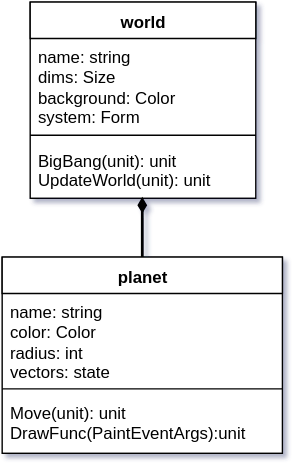
The draw.io diagram 11g/UML.svg in tempelkoderne/pop, before a commit. Source tidied: cells renumbered, new cells last; positions are measured from the earlier drawing's top-left corner, leaving out a move shared by most shapes. Its diagram source:
```xml
<mxGraphModel background="#ffffff">
  <root>
    <mxCell id="0" />
    <mxCell id="1" parent="0" />
    <mxCell id="2" value="world" style="swimlane;html=1;fontStyle=1;align=center;verticalAlign=top;horizontal=1;startSize=26;swimlaneFillColor=#ffffff;" parent="1" vertex="1">
      <mxGeometry x="20" width="161" height="140" as="geometry" />
    </mxCell>
    <mxCell id="3" value="name: string&lt;div&gt;dims: Size&lt;/div&gt;&lt;div&gt;background: Color&lt;/div&gt;&lt;div&gt;system: Form&lt;/div&gt;" style="text;html=1;strokeColor=none;fillColor=none;align=left;verticalAlign=top;spacingLeft=4;spacingRight=4;whiteSpace=wrap;overflow=hidden;" parent="2" vertex="1">
      <mxGeometry y="26" width="161" height="64" as="geometry" />
    </mxCell>
    <mxCell id="4" style="line;html=1;strokeWidth=1;fillColor=none;align=left;verticalAlign=middle;spacingTop=-1;spacingLeft=3;spacingRight=3;labelPosition=right;" parent="2" vertex="1">
      <mxGeometry y="90" width="161" height="10" as="geometry" />
    </mxCell>
    <mxCell id="5" value="BigBang(unit): unit&lt;div&gt;UpdateWorld(unit): unit&lt;/div&gt;" style="text;html=1;strokeColor=none;fillColor=none;align=left;verticalAlign=top;spacingLeft=4;spacingRight=4;whiteSpace=wrap;overflow=hidden;" parent="2" vertex="1">
      <mxGeometry y="100" width="161" height="40" as="geometry" />
    </mxCell>
    <mxCell id="6" value="name: string&lt;div&gt;dims: Size&lt;/div&gt;&lt;div&gt;background: Color&lt;/div&gt;&lt;div&gt;system: Form&lt;/div&gt;" style="text;html=1;strokeColor=none;fillColor=none;align=left;verticalAlign=top;spacingLeft=4;spacingRight=4;whiteSpace=wrap;overflow=hidden;" parent="1" vertex="1">
      <mxGeometry x="20" y="26" width="161" height="64" as="geometry" />
    </mxCell>
    <mxCell id="7" style="line;html=1;strokeWidth=1;fillColor=none;align=left;verticalAlign=middle;spacingTop=-1;spacingLeft=3;spacingRight=3;labelPosition=right;" parent="1" vertex="1">
      <mxGeometry x="20" y="90" width="161" height="10" as="geometry" />
    </mxCell>
    <mxCell id="8" value="BigBang(unit): unit&lt;div&gt;UpdateWorld(unit): unit&lt;/div&gt;" style="text;html=1;strokeColor=none;fillColor=none;align=left;verticalAlign=top;spacingLeft=4;spacingRight=4;whiteSpace=wrap;overflow=hidden;points=[[0,0.5],[1,0.5]];portConstraint=eastwest;" parent="1" vertex="1">
      <mxGeometry x="20" y="100" width="161" height="40" as="geometry" />
    </mxCell>
    <mxCell id="9" style="edgeStyle=orthogonalEdgeStyle;rounded=0;html=1;exitX=0.5;exitY=0;entryX=0.497;entryY=0.975;entryPerimeter=0;endArrow=diamondThin;endFill=1;jettySize=auto;strokeWidth=2;" parent="1" edge="1" source="10" target="8">
      <mxGeometry x="140" y="-976" as="geometry" />
    </mxCell>
    <mxCell id="10" value="planet" style="swimlane;html=1;fontStyle=1;align=center;verticalAlign=top;horizontal=1;startSize=26;swimlaneFillColor=#ffffff;" parent="1" vertex="1">
      <mxGeometry y="182" width="200" height="140" as="geometry" />
    </mxCell>
    <mxCell id="11" value="name: string&lt;div&gt;color: Color&lt;/div&gt;&lt;div&gt;radius: int&lt;/div&gt;&lt;div&gt;vectors: state&lt;/div&gt;" style="text;html=1;strokeColor=none;fillColor=none;align=left;verticalAlign=top;spacingLeft=4;spacingRight=4;whiteSpace=wrap;overflow=hidden;" parent="10" vertex="1">
      <mxGeometry y="26" width="200" height="64" as="geometry" />
    </mxCell>
    <mxCell id="12" style="line;html=1;strokeWidth=1;fillColor=none;align=left;verticalAlign=middle;spacingTop=-1;spacingLeft=3;spacingRight=3;labelPosition=right;" parent="10" vertex="1">
      <mxGeometry y="90" width="200" height="8" as="geometry" />
    </mxCell>
    <mxCell id="13" value="Move(unit): unit&lt;div&gt;DrawFunc(PaintEventArgs):unit&lt;/div&gt;" style="text;html=1;strokeColor=none;fillColor=none;align=left;verticalAlign=top;spacingLeft=4;spacingRight=4;whiteSpace=wrap;overflow=hidden;" parent="10" vertex="1">
      <mxGeometry y="98" width="200" height="42" as="geometry" />
    </mxCell>
    <mxCell id="14" value="name: string&lt;div&gt;color: Color&lt;/div&gt;&lt;div&gt;radius: int&lt;/div&gt;&lt;div&gt;vectors: state&lt;/div&gt;" style="text;html=1;strokeColor=none;fillColor=none;align=left;verticalAlign=top;spacingLeft=4;spacingRight=4;whiteSpace=wrap;overflow=hidden;" parent="1" vertex="1">
      <mxGeometry y="208" width="200" height="64" as="geometry" />
    </mxCell>
    <mxCell id="15" style="line;html=1;strokeWidth=1;fillColor=none;align=left;verticalAlign=middle;spacingTop=-1;spacingLeft=3;spacingRight=3;labelPosition=right;" parent="1" vertex="1">
      <mxGeometry y="272" width="200" height="8" as="geometry" />
    </mxCell>
    <mxCell id="16" value="Move(unit): unit&lt;div&gt;DrawFunc(PaintEventArgs):unit&lt;/div&gt;" style="text;html=1;strokeColor=none;fillColor=none;align=left;verticalAlign=top;spacingLeft=4;spacingRight=4;whiteSpace=wrap;overflow=hidden;" parent="1" vertex="1">
      <mxGeometry y="280" width="200" height="42" as="geometry" />
    </mxCell>
  </root>
</mxGraphModel>
```
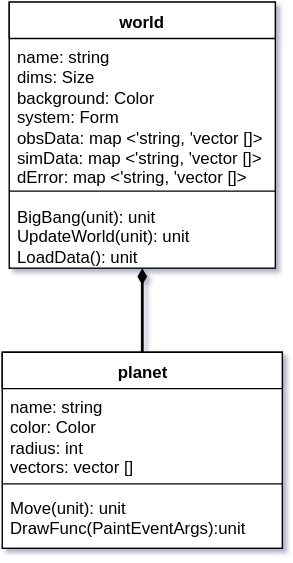
Later version of the same file.

Commit message:
updated UML + gui trash

Diff of the diagram source:
```diff
@@ -3,33 +3,33 @@
     <mxCell id="0" />
     <mxCell id="1" parent="0" />
     <mxCell id="2" value="world" style="swimlane;html=1;fontStyle=1;align=center;verticalAlign=top;horizontal=1;startSize=26;swimlaneFillColor=#ffffff;" parent="1" vertex="1">
-      <mxGeometry x="20" width="161" height="140" as="geometry" />
+      <mxGeometry x="-835" y="-27" width="190" height="190" as="geometry" />
     </mxCell>
-    <mxCell id="3" value="name: string&lt;div&gt;dims: Size&lt;/div&gt;&lt;div&gt;background: Color&lt;/div&gt;&lt;div&gt;system: Form&lt;/div&gt;" style="text;html=1;strokeColor=none;fillColor=none;align=left;verticalAlign=top;spacingLeft=4;spacingRight=4;whiteSpace=wrap;overflow=hidden;" parent="2" vertex="1">
-      <mxGeometry y="26" width="161" height="64" as="geometry" />
+    <mxCell id="3" value="name: string&lt;div&gt;dims: Size&lt;/div&gt;&lt;div&gt;background: Color&lt;/div&gt;&lt;div&gt;system: Form&lt;/div&gt;&lt;div&gt;obsData: map &amp;lt;'string, 'vector []&amp;gt;&lt;/div&gt;&lt;div&gt;simData: map &amp;lt;'string, 'vector []&amp;gt;&lt;/div&gt;&lt;div&gt;dError: map &amp;lt;'string, 'vector []&amp;gt;&lt;/div&gt;" style="text;html=1;strokeColor=none;fillColor=none;align=left;verticalAlign=top;spacingLeft=4;spacingRight=4;whiteSpace=wrap;overflow=hidden;" parent="2" vertex="1">
+      <mxGeometry y="26" width="190" height="104" as="geometry" />
     </mxCell>
     <mxCell id="4" style="line;html=1;strokeWidth=1;fillColor=none;align=left;verticalAlign=middle;spacingTop=-1;spacingLeft=3;spacingRight=3;labelPosition=right;" parent="2" vertex="1">
-      <mxGeometry y="90" width="161" height="10" as="geometry" />
+      <mxGeometry y="130" width="190" height="10" as="geometry" />
     </mxCell>
-    <mxCell id="5" value="BigBang(unit): unit&lt;div&gt;UpdateWorld(unit): unit&lt;/div&gt;" style="text;html=1;strokeColor=none;fillColor=none;align=left;verticalAlign=top;spacingLeft=4;spacingRight=4;whiteSpace=wrap;overflow=hidden;" parent="2" vertex="1">
-      <mxGeometry y="100" width="161" height="40" as="geometry" />
+    <mxCell id="5" value="BigBang(unit): unit&lt;div&gt;UpdateWorld(unit): unit&lt;/div&gt;&lt;div&gt;LoadData(): unit&lt;/div&gt;" style="text;html=1;strokeColor=none;fillColor=none;align=left;verticalAlign=top;spacingLeft=4;spacingRight=4;whiteSpace=wrap;overflow=hidden;" parent="2" vertex="1">
+      <mxGeometry y="140" width="190" height="50" as="geometry" />
     </mxCell>
-    <mxCell id="6" value="name: string&lt;div&gt;dims: Size&lt;/div&gt;&lt;div&gt;background: Color&lt;/div&gt;&lt;div&gt;system: Form&lt;/div&gt;" style="text;html=1;strokeColor=none;fillColor=none;align=left;verticalAlign=top;spacingLeft=4;spacingRight=4;whiteSpace=wrap;overflow=hidden;" parent="1" vertex="1">
-      <mxGeometry x="20" y="26" width="161" height="64" as="geometry" />
+    <mxCell id="6" value="name: string&lt;div&gt;dims: Size&lt;/div&gt;&lt;div&gt;background: Color&lt;/div&gt;&lt;div&gt;system: Form&lt;/div&gt;&lt;div&gt;obsData: map &amp;lt;'string, 'vector []&amp;gt;&lt;/div&gt;&lt;div&gt;simData: map &amp;lt;'string, 'vector []&amp;gt;&lt;/div&gt;&lt;div&gt;dError: map &amp;lt;'string, 'vector []&amp;gt;&lt;/div&gt;" style="text;html=1;strokeColor=none;fillColor=none;align=left;verticalAlign=top;spacingLeft=4;spacingRight=4;whiteSpace=wrap;overflow=hidden;" parent="1" vertex="1">
+      <mxGeometry x="-835" y="-1" width="190" height="104" as="geometry" />
     </mxCell>
     <mxCell id="7" style="line;html=1;strokeWidth=1;fillColor=none;align=left;verticalAlign=middle;spacingTop=-1;spacingLeft=3;spacingRight=3;labelPosition=right;" parent="1" vertex="1">
-      <mxGeometry x="20" y="90" width="161" height="10" as="geometry" />
+      <mxGeometry x="-835" y="103" width="190" height="10" as="geometry" />
     </mxCell>
-    <mxCell id="8" value="BigBang(unit): unit&lt;div&gt;UpdateWorld(unit): unit&lt;/div&gt;" style="text;html=1;strokeColor=none;fillColor=none;align=left;verticalAlign=top;spacingLeft=4;spacingRight=4;whiteSpace=wrap;overflow=hidden;points=[[0,0.5],[1,0.5]];portConstraint=eastwest;" parent="1" vertex="1">
-      <mxGeometry x="20" y="100" width="161" height="40" as="geometry" />
+    <mxCell id="8" value="BigBang(unit): unit&lt;div&gt;UpdateWorld(unit): unit&lt;/div&gt;&lt;div&gt;LoadData(): unit&lt;/div&gt;" style="text;html=1;strokeColor=none;fillColor=none;align=left;verticalAlign=top;spacingLeft=4;spacingRight=4;whiteSpace=wrap;overflow=hidden;points=[[0,0.5],[1,0.5]];portConstraint=eastwest;" parent="1" vertex="1">
+      <mxGeometry x="-835" y="113" width="190" height="50" as="geometry" />
     </mxCell>
-    <mxCell id="9" style="edgeStyle=orthogonalEdgeStyle;rounded=0;html=1;exitX=0.5;exitY=0;entryX=0.497;entryY=0.975;entryPerimeter=0;endArrow=diamondThin;endFill=1;jettySize=auto;strokeWidth=2;" parent="1" edge="1" source="10" target="8">
-      <mxGeometry x="140" y="-976" as="geometry" />
+    <mxCell id="9" style="edgeStyle=orthogonalEdgeStyle;rounded=0;html=1;exitX=0.5;exitY=0;entryX=0.5;entryY=1;entryPerimeter=0;endArrow=diamondThin;endFill=1;jettySize=auto;strokeWidth=2;" parent="1" edge="1" source="10" target="8">
+      <mxGeometry x="-700" y="-952" as="geometry" />
     </mxCell>
     <mxCell id="10" value="planet" style="swimlane;html=1;fontStyle=1;align=center;verticalAlign=top;horizontal=1;startSize=26;swimlaneFillColor=#ffffff;" parent="1" vertex="1">
-      <mxGeometry y="182" width="200" height="140" as="geometry" />
+      <mxGeometry x="-840" y="223" width="200" height="140" as="geometry" />
     </mxCell>
-    <mxCell id="11" value="name: string&lt;div&gt;color: Color&lt;/div&gt;&lt;div&gt;radius: int&lt;/div&gt;&lt;div&gt;vectors: state&lt;/div&gt;" style="text;html=1;strokeColor=none;fillColor=none;align=left;verticalAlign=top;spacingLeft=4;spacingRight=4;whiteSpace=wrap;overflow=hidden;" parent="10" vertex="1">
+    <mxCell id="11" value="name: string&lt;div&gt;color: Color&lt;/div&gt;&lt;div&gt;radius: int&lt;/div&gt;&lt;div&gt;vectors: vector []&lt;/div&gt;" style="text;html=1;strokeColor=none;fillColor=none;align=left;verticalAlign=top;spacingLeft=4;spacingRight=4;whiteSpace=wrap;overflow=hidden;" parent="10" vertex="1">
       <mxGeometry y="26" width="200" height="64" as="geometry" />
     </mxCell>
     <mxCell id="12" style="line;html=1;strokeWidth=1;fillColor=none;align=left;verticalAlign=middle;spacingTop=-1;spacingLeft=3;spacingRight=3;labelPosition=right;" parent="10" vertex="1">
@@ -38,14 +38,14 @@
     <mxCell id="13" value="Move(unit): unit&lt;div&gt;DrawFunc(PaintEventArgs):unit&lt;/div&gt;" style="text;html=1;strokeColor=none;fillColor=none;align=left;verticalAlign=top;spacingLeft=4;spacingRight=4;whiteSpace=wrap;overflow=hidden;" parent="10" vertex="1">
       <mxGeometry y="98" width="200" height="42" as="geometry" />
     </mxCell>
-    <mxCell id="14" value="name: string&lt;div&gt;color: Color&lt;/div&gt;&lt;div&gt;radius: int&lt;/div&gt;&lt;div&gt;vectors: state&lt;/div&gt;" style="text;html=1;strokeColor=none;fillColor=none;align=left;verticalAlign=top;spacingLeft=4;spacingRight=4;whiteSpace=wrap;overflow=hidden;" parent="1" vertex="1">
-      <mxGeometry y="208" width="200" height="64" as="geometry" />
+    <mxCell id="14" value="name: string&lt;div&gt;color: Color&lt;/div&gt;&lt;div&gt;radius: int&lt;/div&gt;&lt;div&gt;vectors: vector []&lt;/div&gt;" style="text;html=1;strokeColor=none;fillColor=none;align=left;verticalAlign=top;spacingLeft=4;spacingRight=4;whiteSpace=wrap;overflow=hidden;" parent="1" vertex="1">
+      <mxGeometry x="-840" y="249" width="200" height="64" as="geometry" />
     </mxCell>
     <mxCell id="15" style="line;html=1;strokeWidth=1;fillColor=none;align=left;verticalAlign=middle;spacingTop=-1;spacingLeft=3;spacingRight=3;labelPosition=right;" parent="1" vertex="1">
-      <mxGeometry y="272" width="200" height="8" as="geometry" />
+      <mxGeometry x="-840" y="313" width="200" height="8" as="geometry" />
     </mxCell>
     <mxCell id="16" value="Move(unit): unit&lt;div&gt;DrawFunc(PaintEventArgs):unit&lt;/div&gt;" style="text;html=1;strokeColor=none;fillColor=none;align=left;verticalAlign=top;spacingLeft=4;spacingRight=4;whiteSpace=wrap;overflow=hidden;" parent="1" vertex="1">
-      <mxGeometry y="280" width="200" height="42" as="geometry" />
+      <mxGeometry x="-840" y="321" width="200" height="42" as="geometry" />
     </mxCell>
   </root>
 </mxGraphModel>
```
